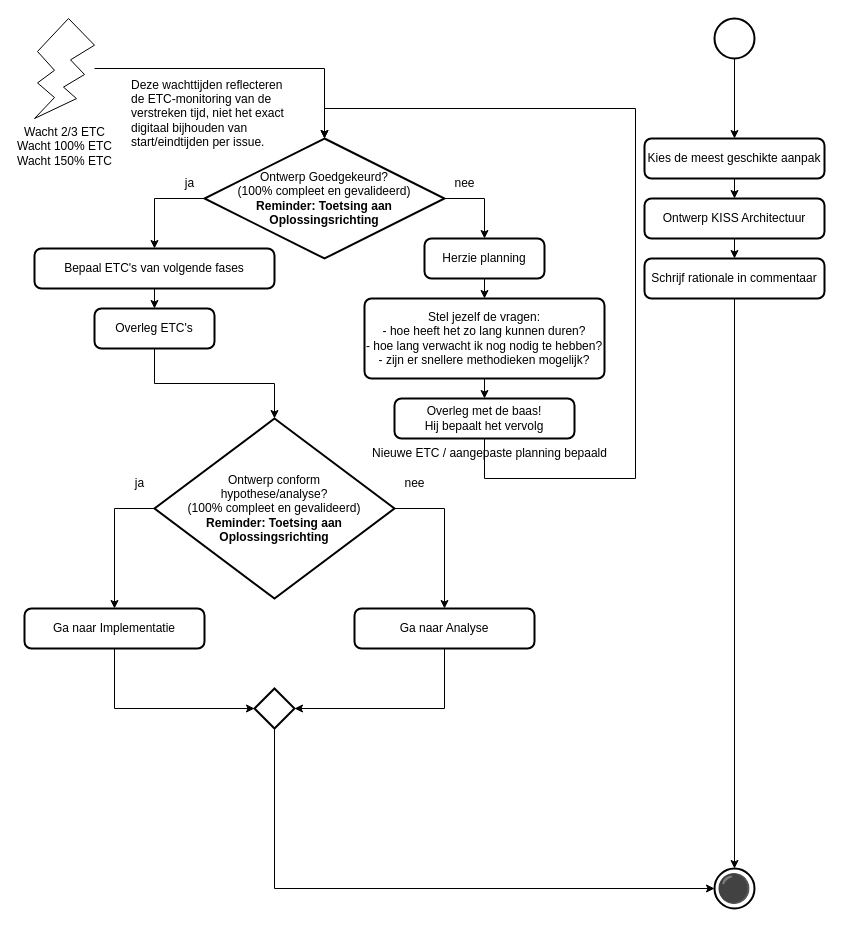
The draw.io diagram 3 Issue Tracker ontwerp.drawio in Zaibatsu89/IssueTracker, before the edit. Source tidied: cells renumbered, new cells numbered last; positions are measured from the earlier drawing's top-left corner, leaving out a move shared by most shapes. Both pictures are drawn from the tidied source at 100%, with x=0, y=0 at pixel (24, 18).
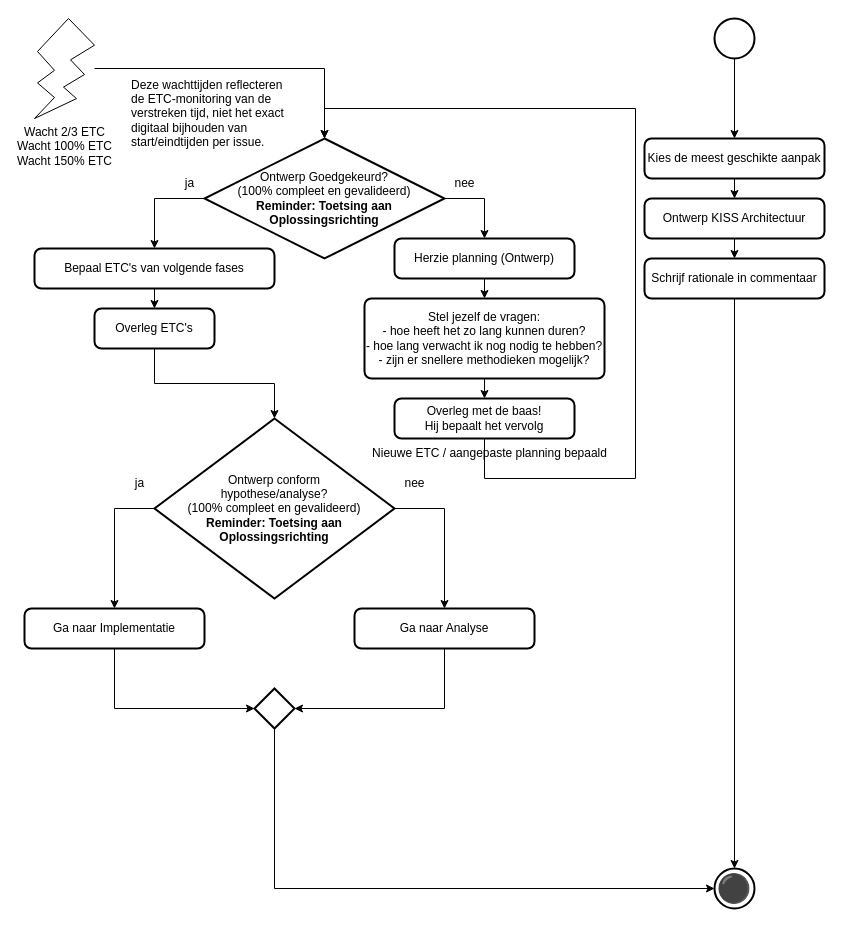
Above is the later version.

Diff of the diagram source:
```diff
@@
-    <mxCell id="27" value="Herzie planning" style="rounded=1;whiteSpace=wrap;html=1;absoluteArcSize=1;arcSize=14;strokeWidth=2;" parent="1" vertex="1">
-      <mxGeometry x="400" y="220" width="120" height="40" as="geometry" />
+    <mxCell id="27" value="Herzie planning (Ontwerp)" style="rounded=1;whiteSpace=wrap;html=1;absoluteArcSize=1;arcSize=14;strokeWidth=2;" parent="1" vertex="1">
+      <mxGeometry x="370" y="220" width="180" height="40" as="geometry" />
     </mxCell>
```
